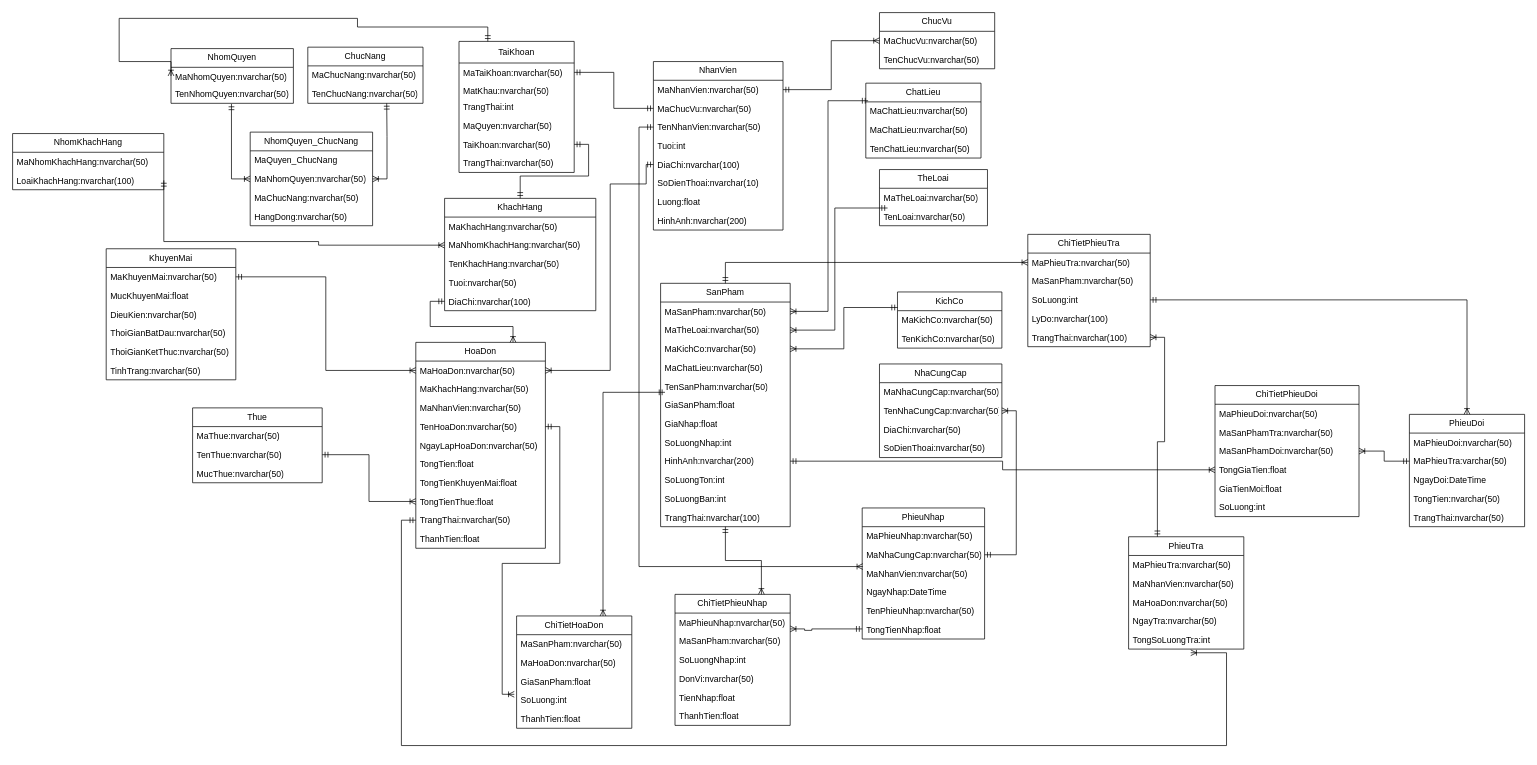
maivantai2003/Database keeps this draw.io diagram as Biểu đồ không có tiêu đề (1).drawio. Above is the earlier version. Source tidied: cells renumbered, new cells numbered last; positions are measured from the earlier drawing's top-left corner, leaving out a move shared by most shapes. Both pictures are drawn from the tidied source at 72%, with x=0, y=0 at pixel (12, 12).
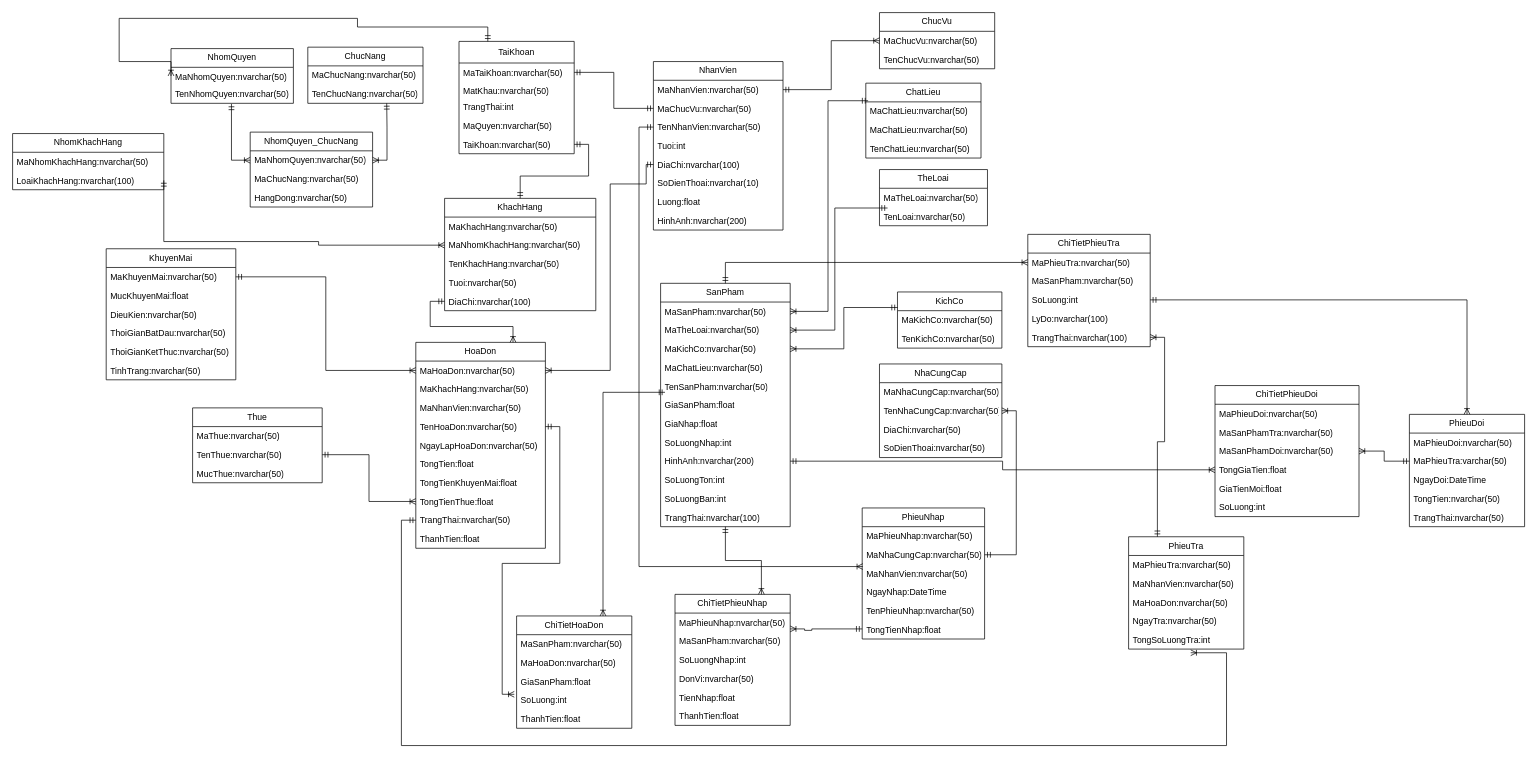
Above is the later version.

Commit message:
Cập nhật Biểu đồ không có tiêu đề (1).drawio

Diff of the diagram source:
```diff
@@
     <mxCell id="8" value="NhomQuyen_ChucNang" style="swimlane;fontStyle=0;horizontal=1;startSize=26;fillColor=none;whiteSpace=wrap;html=1;" parent="1" vertex="1">
-      <mxGeometry x="330" y="166" width="170" height="130" as="geometry" />
+      <mxGeometry x="330" y="166" width="170" height="104" as="geometry" />
     </mxCell>
-    <mxCell id="9" value="MaQuyen_ChucNang" style="text;strokeColor=none;fillColor=none;align=left;verticalAlign=top;spacingLeft=4;spacingRight=4;overflow=hidden;whiteSpace=wrap;html=1;" parent="8" vertex="1">
-      <mxGeometry y="26" width="170" height="26" as="geometry" />
-    </mxCell>
     <mxCell id="10" value="MaNhomQuyen:nvarchar(50)" style="text;strokeColor=none;fillColor=none;align=left;verticalAlign=top;spacingLeft=4;spacingRight=4;overflow=hidden;points=[[0,0.5],[1,0.5]];portConstraint=eastwest;whiteSpace=wrap;html=1;" parent="8" vertex="1">
-      <mxGeometry y="52" width="170" height="26" as="geometry" />
+      <mxGeometry y="26" width="170" height="26" as="geometry" />
     </mxCell>
     <mxCell id="11" value="MaChucNang:nvarchar(50)" style="text;strokeColor=none;fillColor=none;align=left;verticalAlign=top;spacingLeft=4;spacingRight=4;overflow=hidden;whiteSpace=wrap;html=1;" parent="8" vertex="1">
-      <mxGeometry y="78" width="170" height="26" as="geometry" />
+      <mxGeometry y="52" width="170" height="26" as="geometry" />
     </mxCell>
     <mxCell id="12" value="HangDong:nvarchar(50)" style="text;strokeColor=none;fillColor=none;align=left;verticalAlign=top;spacingLeft=4;spacingRight=4;overflow=hidden;whiteSpace=wrap;html=1;" parent="8" vertex="1">
-      <mxGeometry y="104" width="170" height="26" as="geometry" />
+      <mxGeometry y="78" width="170" height="26" as="geometry" />
     </mxCell>
@@
     <mxCell id="15" value="TaiKhoan" style="swimlane;fontStyle=0;horizontal=1;startSize=30;fillColor=none;whiteSpace=wrap;html=1;" parent="1" vertex="1">
-      <mxGeometry x="620" y="40" width="160" height="182" as="geometry" />
+      <mxGeometry x="620" y="40" width="160" height="156" as="geometry" />
     </mxCell>
@@
-    <mxCell id="21" value="TrangThai:nvarchar(50)" style="text;strokeColor=none;fillColor=none;align=left;verticalAlign=top;spacingLeft=4;spacingRight=4;overflow=hidden;whiteSpace=wrap;html=1;" parent="15" vertex="1">
-      <mxGeometry y="156" width="160" height="26" as="geometry" />
-    </mxCell>
```
